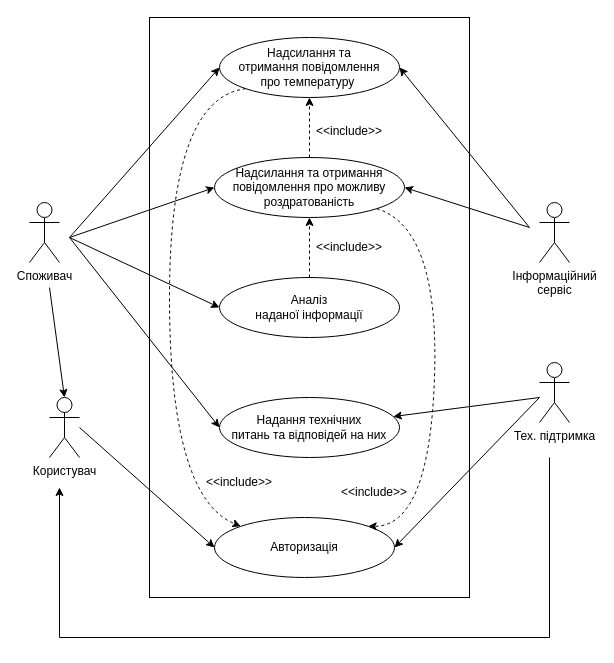
This is 1-SoftwareRequirements/1.3-SoftwareUserRequirements/1.3.3-UseCaseDiagram/uml.drawio from oleksandrblazhko/ai-215-korchakovskij, a draw.io file, before an edit. Source tidied: cells renumbered, new cells numbered last; positions are measured from the earlier drawing's top-left corner, leaving out a move shared by most shapes. Both pictures are drawn from the tidied source at 100%, with x=0, y=0 at pixel (29, 17).
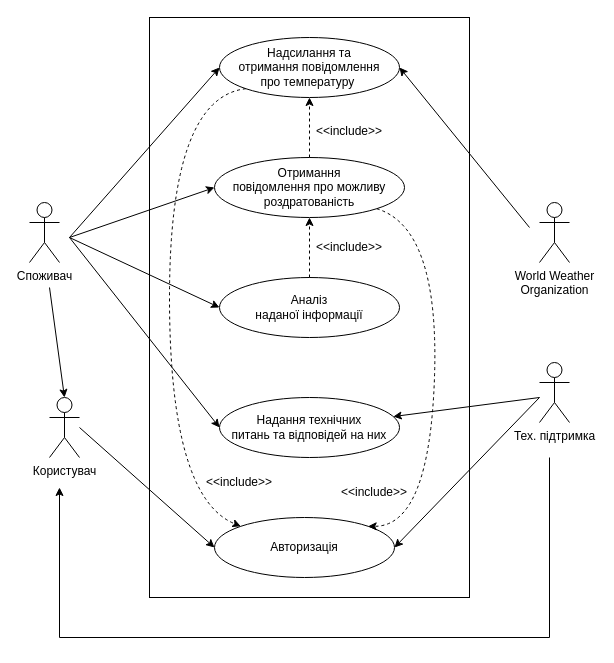
The same diagram, later.

The edit, as a diff of the source:
```diff
@@
-    <mxCell id="5" value="Надсилання та отримання&lt;br&gt;повідомлення про можливу&lt;br&gt;роздратованість" style="ellipse;whiteSpace=wrap;html=1;" parent="1" vertex="1">
+    <mxCell id="5" value="Отримання&lt;br&gt;повідомлення про можливу&lt;br&gt;роздратованість" style="ellipse;whiteSpace=wrap;html=1;" parent="1" vertex="1">
       <mxGeometry x="185" y="140" width="190" height="60" as="geometry" />
     </mxCell>
-    <mxCell id="6" value="Інформаційний&lt;br&gt;сервіс" style="shape=umlActor;verticalLabelPosition=bottom;verticalAlign=top;html=1;" parent="1" vertex="1">
+    <mxCell id="6" value="World Weather&lt;br&gt;Organization" style="shape=umlActor;verticalLabelPosition=bottom;verticalAlign=top;html=1;" parent="1" vertex="1">
       <mxGeometry x="510" y="185" width="30" height="60" as="geometry" />
     </mxCell>
@@
-    <mxCell id="14" style="endArrow=classic;html=1;rounded=0;entryX=1;entryY=0.5;entryDx=0;entryDy=0;" parent="1" edge="1" target="5">
-      <mxGeometry relative="1" as="geometry">
-        <mxPoint x="500" y="210" as="sourcePoint" />
-      </mxGeometry>
-    </mxCell>
```
